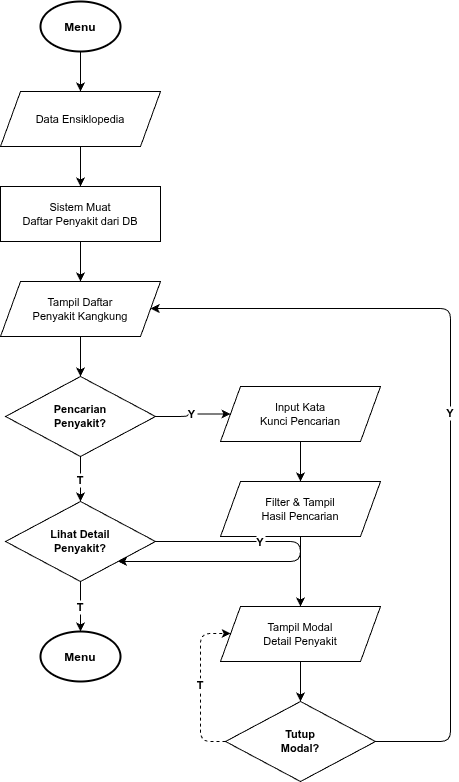
Before: diagram/flowchart/14-flowchart-ensiklopedia.png, a diagram exported from draw.io (RajaSunrise/kangkungku). Source tidied: cells renumbered, new cells last; positions are measured from the earlier drawing's top-left corner, leaving out a move shared by most shapes. The source it was exported from:
```xml
<mxGraphModel>
  <root>
    <mxCell id="0" />
    <mxCell id="1" parent="0" />
    <mxCell id="2" value="Menu" style="shape=mxgraph.flowchart.start_2;fillColor=#FFFFFF;strokeColor=#000000;strokeWidth=2;fontSize=12;fontStyle=1;" parent="1" vertex="1">
      <mxGeometry x="40" width="80" height="50" as="geometry" />
    </mxCell>
    <mxCell id="3" value="Data Ensiklopedia" style="shape=parallelogram;perimeter=parallelogramPerimeter;whiteSpace=wrap;html=1;fixedSize=1;size=20;fillColor=#FFFFFF;strokeColor=#000000;fontSize=11;" parent="1" vertex="1">
      <mxGeometry y="90" width="160" height="55" as="geometry" />
    </mxCell>
    <mxCell id="4" value="Sistem Muat&#10;Daftar Penyakit dari DB" style="rounded=0;whiteSpace=wrap;html=1;fillColor=#FFFFFF;strokeColor=#000000;fontSize=11;" parent="1" vertex="1">
      <mxGeometry y="185" width="160" height="55" as="geometry" />
    </mxCell>
    <mxCell id="5" value="Tampil Daftar&#10;Penyakit Kangkung" style="shape=parallelogram;perimeter=parallelogramPerimeter;whiteSpace=wrap;html=1;fixedSize=1;size=20;fillColor=#FFFFFF;strokeColor=#000000;fontSize=11;" parent="1" vertex="1">
      <mxGeometry y="280" width="160" height="55" as="geometry" />
    </mxCell>
    <mxCell id="6" value="Pencarian&#10;Penyakit?" style="rhombus;whiteSpace=wrap;html=1;fillColor=#FFFFFF;strokeColor=#000000;fontSize=11;fontStyle=1;" parent="1" vertex="1">
      <mxGeometry x="5" y="375" width="150" height="80" as="geometry" />
    </mxCell>
    <mxCell id="7" value="Input Kata&#10;Kunci Pencarian" style="shape=parallelogram;perimeter=parallelogramPerimeter;whiteSpace=wrap;html=1;fixedSize=1;size=20;fillColor=#FFFFFF;strokeColor=#000000;fontSize=11;" parent="1" vertex="1">
      <mxGeometry x="220" y="385" width="160" height="55" as="geometry" />
    </mxCell>
    <mxCell id="8" value="Filter &amp; Tampil&#10;Hasil Pencarian" style="shape=parallelogram;perimeter=parallelogramPerimeter;whiteSpace=wrap;html=1;fixedSize=1;size=20;fillColor=#FFFFFF;strokeColor=#000000;fontSize=11;" parent="1" vertex="1">
      <mxGeometry x="220" y="480" width="160" height="55" as="geometry" />
    </mxCell>
    <mxCell id="9" value="Lihat Detail&#10;Penyakit?" style="rhombus;whiteSpace=wrap;html=1;fillColor=#FFFFFF;strokeColor=#000000;fontSize=11;fontStyle=1;" parent="1" vertex="1">
      <mxGeometry x="5" y="500" width="150" height="80" as="geometry" />
    </mxCell>
    <mxCell id="10" value="Tampil Modal&#10;Detail Penyakit" style="shape=parallelogram;perimeter=parallelogramPerimeter;whiteSpace=wrap;html=1;fixedSize=1;size=20;fillColor=#FFFFFF;strokeColor=#000000;fontSize=11;" parent="1" vertex="1">
      <mxGeometry x="220" y="605" width="160" height="55" as="geometry" />
    </mxCell>
    <mxCell id="11" value="Tutup&#10;Modal?" style="rhombus;whiteSpace=wrap;html=1;fillColor=#FFFFFF;strokeColor=#000000;fontSize=11;fontStyle=1;" parent="1" vertex="1">
      <mxGeometry x="225" y="700" width="150" height="80" as="geometry" />
    </mxCell>
    <mxCell id="12" value="Menu" style="shape=mxgraph.flowchart.start_2;fillColor=#FFFFFF;strokeColor=#000000;strokeWidth=2;fontSize=12;fontStyle=1;" parent="1" vertex="1">
      <mxGeometry x="40" y="630" width="80" height="50" as="geometry" />
    </mxCell>
    <mxCell id="13" style="edgeStyle=orthogonalEdgeStyle;" parent="1" edge="1" source="2" target="3">
      <mxGeometry relative="1" as="geometry" />
    </mxCell>
    <mxCell id="14" style="edgeStyle=orthogonalEdgeStyle;" parent="1" edge="1" source="3" target="4">
      <mxGeometry relative="1" as="geometry" />
    </mxCell>
    <mxCell id="15" style="edgeStyle=orthogonalEdgeStyle;" parent="1" edge="1" source="4" target="5">
      <mxGeometry relative="1" as="geometry" />
    </mxCell>
    <mxCell id="16" style="edgeStyle=orthogonalEdgeStyle;" parent="1" edge="1" source="5" target="6">
      <mxGeometry relative="1" as="geometry" />
    </mxCell>
    <mxCell id="17" value="Y" style="edgeStyle=orthogonalEdgeStyle;fontSize=11;fontStyle=1;" parent="1" edge="1" source="6" target="7">
      <mxGeometry relative="1" as="geometry" />
    </mxCell>
    <mxCell id="18" value="T" style="edgeStyle=orthogonalEdgeStyle;fontSize=11;fontStyle=1;" parent="1" edge="1" source="6" target="9">
      <mxGeometry relative="1" as="geometry" />
    </mxCell>
    <mxCell id="19" style="edgeStyle=orthogonalEdgeStyle;" parent="1" edge="1" source="7" target="8">
      <mxGeometry relative="1" as="geometry" />
    </mxCell>
    <mxCell id="20" style="edgeStyle=orthogonalEdgeStyle;" parent="1" edge="1" source="8" target="9">
      <mxGeometry relative="1" as="geometry">
        <Array as="points">
          <mxPoint x="300" y="560" />
          <mxPoint x="80" y="560" />
        </Array>
      </mxGeometry>
    </mxCell>
    <mxCell id="21" value="Y" style="edgeStyle=orthogonalEdgeStyle;fontSize=11;fontStyle=1;" parent="1" edge="1" source="9" target="10">
      <mxGeometry relative="1" as="geometry" />
    </mxCell>
    <mxCell id="22" value="T" style="edgeStyle=orthogonalEdgeStyle;fontSize=11;fontStyle=1;" parent="1" edge="1" source="9" target="12">
      <mxGeometry relative="1" as="geometry" />
    </mxCell>
    <mxCell id="23" style="edgeStyle=orthogonalEdgeStyle;" parent="1" edge="1" source="10" target="11">
      <mxGeometry relative="1" as="geometry" />
    </mxCell>
    <mxCell id="24" value="Y" style="edgeStyle=orthogonalEdgeStyle;fontSize=11;fontStyle=1;" parent="1" edge="1" source="11" target="5">
      <mxGeometry relative="1" as="geometry">
        <Array as="points">
          <mxPoint x="450" y="740" />
          <mxPoint x="450" y="307" />
          <mxPoint x="160" y="307" />
        </Array>
      </mxGeometry>
    </mxCell>
    <mxCell id="25" value="T" style="edgeStyle=orthogonalEdgeStyle;dashed=1;fontSize=11;fontStyle=1;" parent="1" edge="1" source="11" target="10">
      <mxGeometry relative="1" as="geometry">
        <Array as="points">
          <mxPoint x="200" y="740" />
          <mxPoint x="200" y="632" />
        </Array>
      </mxGeometry>
    </mxCell>
  </root>
</mxGraphModel>
```
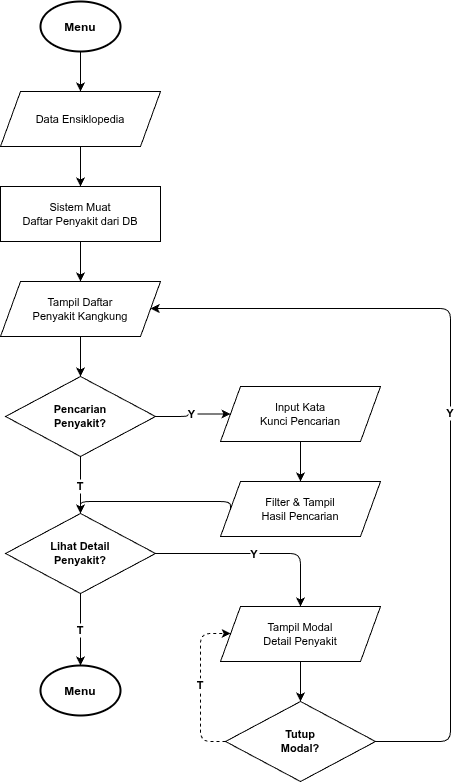
Later version of the same file.

Diff of the diagram source:
```diff
@@ -2,9 +2,9 @@
   <root>
     <mxCell id="0" />
     <mxCell id="1" parent="0" />
-    <mxCell id="2" value="Menu" style="shape=mxgraph.flowchart.start_2;fillColor=#FFFFFF;strokeColor=#000000;strokeWidth=2;fontSize=12;fontStyle=1;" parent="1" vertex="1">
-      <mxGeometry x="40" width="80" height="50" as="geometry" />
-    </mxCell>
+    <mxCell id="12" value="Menu" style="shape=mxgraph.flowchart.start_2;fillColor=#FFFFFF;strokeColor=#000000;strokeWidth=2;fontSize=12;fontStyle=1;" parent="1" vertex="1">
+      <mxGeometry x="40" width="80" height="50" as="geometry" />
+    </mxCell>
     <mxCell id="3" value="Data Ensiklopedia" style="shape=parallelogram;perimeter=parallelogramPerimeter;whiteSpace=wrap;html=1;fixedSize=1;size=20;fillColor=#FFFFFF;strokeColor=#000000;fontSize=11;" parent="1" vertex="1">
       <mxGeometry y="90" width="160" height="55" as="geometry" />
     </mxCell>
@@ -24,7 +24,7 @@
       <mxGeometry x="220" y="480" width="160" height="55" as="geometry" />
     </mxCell>
     <mxCell id="9" value="Lihat Detail&#10;Penyakit?" style="rhombus;whiteSpace=wrap;html=1;fillColor=#FFFFFF;strokeColor=#000000;fontSize=11;fontStyle=1;" parent="1" vertex="1">
-      <mxGeometry x="5" y="500" width="150" height="80" as="geometry" />
+      <mxGeometry x="5" y="512" width="150" height="80" as="geometry" />
     </mxCell>
     <mxCell id="10" value="Tampil Modal&#10;Detail Penyakit" style="shape=parallelogram;perimeter=parallelogramPerimeter;whiteSpace=wrap;html=1;fixedSize=1;size=20;fillColor=#FFFFFF;strokeColor=#000000;fontSize=11;" parent="1" vertex="1">
       <mxGeometry x="220" y="605" width="160" height="55" as="geometry" />
@@ -32,12 +32,12 @@
     <mxCell id="11" value="Tutup&#10;Modal?" style="rhombus;whiteSpace=wrap;html=1;fillColor=#FFFFFF;strokeColor=#000000;fontSize=11;fontStyle=1;" parent="1" vertex="1">
       <mxGeometry x="225" y="700" width="150" height="80" as="geometry" />
     </mxCell>
-    <mxCell id="12" value="Menu" style="shape=mxgraph.flowchart.start_2;fillColor=#FFFFFF;strokeColor=#000000;strokeWidth=2;fontSize=12;fontStyle=1;" parent="1" vertex="1">
-      <mxGeometry x="40" y="630" width="80" height="50" as="geometry" />
-    </mxCell>
-    <mxCell id="13" style="edgeStyle=orthogonalEdgeStyle;" parent="1" edge="1" source="2" target="3">
-      <mxGeometry relative="1" as="geometry" />
-    </mxCell>
+    <mxCell id="2" value="Menu" style="shape=mxgraph.flowchart.start_2;fillColor=#FFFFFF;strokeColor=#000000;strokeWidth=2;fontSize=12;fontStyle=1;" parent="1" vertex="1">
+      <mxGeometry x="40" y="664" width="80" height="50" as="geometry" />
+    </mxCell>
+    <mxCell id="26" style="edgeStyle=orthogonalEdgeStyle;" parent="1" edge="1" source="12" target="3">
+      <mxGeometry relative="1" as="geometry" />
+    </mxCell>
     <mxCell id="14" style="edgeStyle=orthogonalEdgeStyle;" parent="1" edge="1" source="3" target="4">
       <mxGeometry relative="1" as="geometry" />
     </mxCell>
@@ -56,20 +56,21 @@
     <mxCell id="19" style="edgeStyle=orthogonalEdgeStyle;" parent="1" edge="1" source="7" target="8">
       <mxGeometry relative="1" as="geometry" />
     </mxCell>
-    <mxCell id="20" style="edgeStyle=orthogonalEdgeStyle;" parent="1" edge="1" source="8" target="9">
-      <mxGeometry relative="1" as="geometry">
-        <Array as="points">
-          <mxPoint x="300" y="560" />
-          <mxPoint x="80" y="560" />
-        </Array>
-      </mxGeometry>
-    </mxCell>
+    <mxCell id="27" style="edgeStyle=orthogonalEdgeStyle;entryX=0.5;entryY=0;entryDx=0;entryDy=0;" parent="1" edge="1" target="9">
+      <mxGeometry relative="1" as="geometry">
+        <mxPoint x="230" y="508" as="sourcePoint" />
+        <Array as="points">
+          <mxPoint x="230" y="500" />
+          <mxPoint x="80" y="500" />
+        </Array>
+      </mxGeometry>
+    </mxCell>
     <mxCell id="21" value="Y" style="edgeStyle=orthogonalEdgeStyle;fontSize=11;fontStyle=1;" parent="1" edge="1" source="9" target="10">
       <mxGeometry relative="1" as="geometry" />
     </mxCell>
-    <mxCell id="22" value="T" style="edgeStyle=orthogonalEdgeStyle;fontSize=11;fontStyle=1;" parent="1" edge="1" source="9" target="12">
-      <mxGeometry relative="1" as="geometry" />
-    </mxCell>
+    <mxCell id="28" value="T" style="edgeStyle=orthogonalEdgeStyle;fontSize=11;fontStyle=1;" parent="1" edge="1" source="9" target="2">
+      <mxGeometry relative="1" as="geometry" />
+    </mxCell>
     <mxCell id="23" style="edgeStyle=orthogonalEdgeStyle;" parent="1" edge="1" source="10" target="11">
       <mxGeometry relative="1" as="geometry" />
     </mxCell>
```
